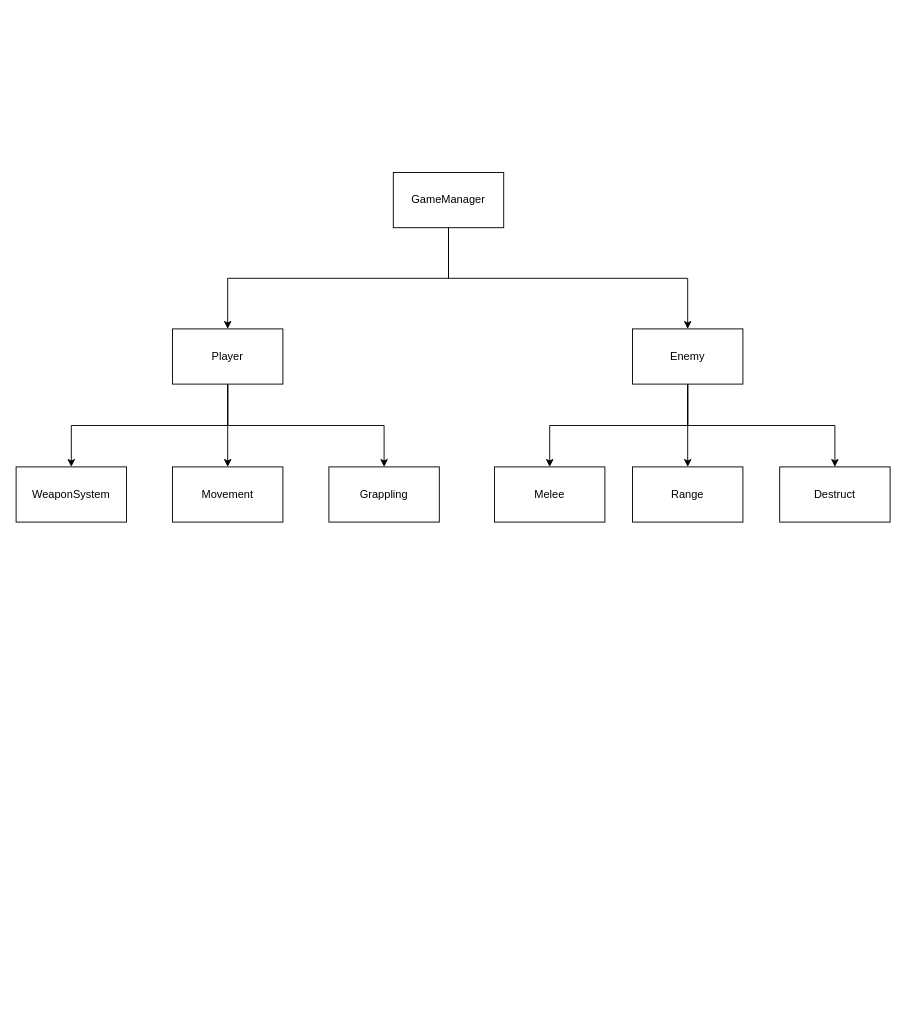
Above: page "게임 구조" (1 of 3) of 구조.drawio in cocodding0723/Gstar-2021 (draw.io), before the change. Source tidied: cells renumbered, new cells numbered last; positions are measured from the earlier drawing's top-left corner, leaving out a move shared by most shapes. Both pictures are drawn from the tidied source at 92%, with x=0, y=0 at pixel (16, 172).
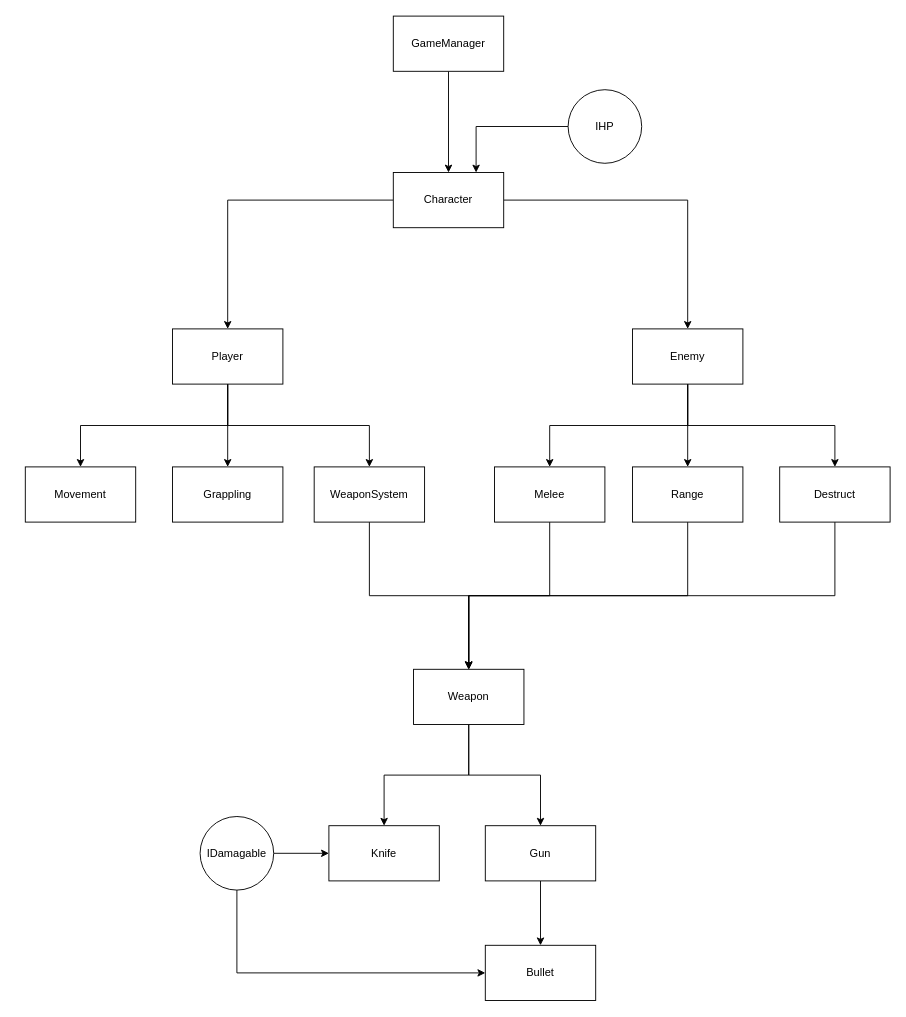
After the change.

The change refers to these unchanged cells:
```xml
<mxCell id="5" value="Player" style="rounded=0;whiteSpace=wrap;html=1;" parent="1" vertex="1">
  <mxGeometry x="170" y="170" width="120" height="60" as="geometry" />
</mxCell>
<mxCell id="12" value="Enemy" style="rounded=0;whiteSpace=wrap;html=1;" parent="1" vertex="1">
  <mxGeometry x="670" y="170" width="120" height="60" as="geometry" />
</mxCell>
<mxCell id="13" value="Range" style="rounded=0;whiteSpace=wrap;html=1;" parent="1" vertex="1">
  <mxGeometry x="670" y="320" width="120" height="60" as="geometry" />
</mxCell>
<mxCell id="14" value="Melee" style="rounded=0;whiteSpace=wrap;html=1;" parent="1" vertex="1">
  <mxGeometry x="520" y="320" width="120" height="60" as="geometry" />
</mxCell>
<mxCell id="15" value="Destruct" style="rounded=0;whiteSpace=wrap;html=1;" parent="1" vertex="1">
  <mxGeometry x="830" y="320" width="120" height="60" as="geometry" />
</mxCell>
```

Diff of the diagram source:
```diff
@@
+    <mxCell id="19" style="edgeStyle=orthogonalEdgeStyle;rounded=0;jettySize=auto;html=1;exitX=0.5;exitY=1;exitDx=0;exitDy=0;entryX=0.5;entryY=0;entryDx=0;entryDy=0;" parent="1" edge="1" source="6" target="33">
+      <mxGeometry relative="1" as="geometry" />
+    </mxCell>
     <mxCell id="6" value="WeaponSystem" style="rounded=0;whiteSpace=wrap;html=1;" parent="1" vertex="1">
-      <mxGeometry y="320" width="120" height="60" as="geometry" />
+      <mxGeometry x="324" y="320" width="120" height="60" as="geometry" />
     </mxCell>
     <mxCell id="7" value="Movement" style="rounded=0;whiteSpace=wrap;html=1;" parent="1" vertex="1">
-      <mxGeometry x="170" y="320" width="120" height="60" as="geometry" />
+      <mxGeometry x="10" y="320" width="120" height="60" as="geometry" />
     </mxCell>
     <mxCell id="8" value="Grappling" style="rounded=0;whiteSpace=wrap;html=1;" parent="1" vertex="1">
-      <mxGeometry x="340" y="320" width="120" height="60" as="geometry" />
+      <mxGeometry x="170" y="320" width="120" height="60" as="geometry" />
     </mxCell>
@@
+    <mxCell id="20" style="edgeStyle=orthogonalEdgeStyle;rounded=0;jettySize=auto;html=1;exitX=0.5;exitY=1;exitDx=0;exitDy=0;" parent="1" edge="1" source="13" target="33">
+      <mxGeometry relative="1" as="geometry" />
+    </mxCell>
@@
+    <mxCell id="21" style="edgeStyle=orthogonalEdgeStyle;rounded=0;jettySize=auto;html=1;exitX=0.5;exitY=1;exitDx=0;exitDy=0;" parent="1" edge="1" source="14" target="33">
+      <mxGeometry relative="1" as="geometry" />
+    </mxCell>
@@
+    <mxCell id="22" style="edgeStyle=orthogonalEdgeStyle;rounded=0;jettySize=auto;html=1;exitX=0.5;exitY=1;exitDx=0;exitDy=0;" parent="1" edge="1" source="15" target="33">
+      <mxGeometry relative="1" as="geometry" />
+    </mxCell>
@@
-    <mxCell id="16" style="edgeStyle=orthogonalEdgeStyle;rounded=0;jettySize=auto;html=1;exitX=0.5;exitY=1;exitDx=0;exitDy=0;" parent="1" edge="1" source="18" target="5">
-      <mxGeometry relative="1" as="geometry" />
-    </mxCell>
+    <mxCell id="23" style="edgeStyle=orthogonalEdgeStyle;rounded=0;jettySize=auto;html=1;exitX=0.5;exitY=1;exitDx=0;exitDy=0;" parent="1" edge="1" source="18" target="17">
+      <mxGeometry relative="1" as="geometry" />
+    </mxCell>
+    <mxCell id="18" value="GameManager" style="rounded=0;whiteSpace=wrap;html=1;" parent="1" vertex="1">
+      <mxGeometry x="410" y="-170" width="120" height="60" as="geometry" />
+    </mxCell>
+    <mxCell id="24" style="edgeStyle=orthogonalEdgeStyle;rounded=0;jettySize=auto;html=1;exitX=0;exitY=0.5;exitDx=0;exitDy=0;" parent="1" edge="1" source="17" target="5">
+      <mxGeometry relative="1" as="geometry" />
+    </mxCell>
+    <mxCell id="25" style="edgeStyle=orthogonalEdgeStyle;rounded=0;jettySize=auto;html=1;exitX=1;exitY=0.5;exitDx=0;exitDy=0;" parent="1" edge="1" source="17" target="12">
+      <mxGeometry relative="1" as="geometry" />
+    </mxCell>
-    <mxCell id="17" style="edgeStyle=orthogonalEdgeStyle;rounded=0;jettySize=auto;html=1;exitX=0.5;exitY=1;exitDx=0;exitDy=0;" parent="1" edge="1" source="18" target="12">
-      <mxGeometry relative="1" as="geometry" />
+    <mxCell id="17" value="Character" style="rounded=0;whiteSpace=wrap;html=1;" parent="1" vertex="1">
+      <mxGeometry x="410" width="120" height="60" as="geometry" />
     </mxCell>
-    <mxCell id="18" value="GameManager" style="rounded=0;whiteSpace=wrap;html=1;" parent="1" vertex="1">
-      <mxGeometry x="410" width="120" height="60" as="geometry" />
-    </mxCell>
+    <mxCell id="26" style="edgeStyle=orthogonalEdgeStyle;rounded=0;jettySize=auto;html=1;exitX=0;exitY=0.5;exitDx=0;exitDy=0;entryX=0.75;entryY=0;entryDx=0;entryDy=0;" parent="1" edge="1" source="27" target="17">
+      <mxGeometry relative="1" as="geometry" />
+    </mxCell>
+    <mxCell id="27" value="IHP" style="ellipse;whiteSpace=wrap;html=1;" parent="1" vertex="1">
+      <mxGeometry x="600" y="-90" width="80" height="80" as="geometry" />
+    </mxCell>
+    <mxCell id="28" style="edgeStyle=orthogonalEdgeStyle;rounded=0;jettySize=auto;html=1;exitX=1;exitY=0.5;exitDx=0;exitDy=0;" parent="1" edge="1" source="30" target="37">
+      <mxGeometry relative="1" as="geometry" />
+    </mxCell>
+    <mxCell id="29" style="edgeStyle=orthogonalEdgeStyle;rounded=0;jettySize=auto;html=1;exitX=0.5;exitY=1;exitDx=0;exitDy=0;entryX=0;entryY=0.5;entryDx=0;entryDy=0;" parent="1" edge="1" source="30" target="34">
+      <mxGeometry relative="1" as="geometry" />
+    </mxCell>
+    <mxCell id="30" value="IDamagable" style="ellipse;whiteSpace=wrap;html=1;" parent="1" vertex="1">
+      <mxGeometry x="200" y="700" width="80" height="80" as="geometry" />
+    </mxCell>
+    <mxCell id="31" style="edgeStyle=orthogonalEdgeStyle;rounded=0;jettySize=auto;html=1;exitX=0.5;exitY=1;exitDx=0;exitDy=0;entryX=0.5;entryY=0;entryDx=0;entryDy=0;" parent="1" edge="1" source="33" target="36">
+      <mxGeometry relative="1" as="geometry" />
+    </mxCell>
+    <mxCell id="32" style="edgeStyle=orthogonalEdgeStyle;rounded=0;jettySize=auto;html=1;exitX=0.5;exitY=1;exitDx=0;exitDy=0;" parent="1" edge="1" source="33" target="37">
+      <mxGeometry relative="1" as="geometry" />
+    </mxCell>
+    <mxCell id="33" value="Weapon" style="rounded=0;whiteSpace=wrap;html=1;" parent="1" vertex="1">
+      <mxGeometry x="432" y="540" width="120" height="60" as="geometry" />
+    </mxCell>
+    <mxCell id="34" value="Bullet" style="rounded=0;whiteSpace=wrap;html=1;" parent="1" vertex="1">
+      <mxGeometry x="510" y="840" width="120" height="60" as="geometry" />
+    </mxCell>
+    <mxCell id="35" style="edgeStyle=orthogonalEdgeStyle;rounded=0;jettySize=auto;html=1;exitX=0.5;exitY=1;exitDx=0;exitDy=0;entryX=0.5;entryY=0;entryDx=0;entryDy=0;" parent="1" edge="1" source="36" target="34">
+      <mxGeometry relative="1" as="geometry" />
+    </mxCell>
+    <mxCell id="36" value="Gun" style="rounded=0;whiteSpace=wrap;html=1;" parent="1" vertex="1">
+      <mxGeometry x="510" y="710" width="120" height="60" as="geometry" />
+    </mxCell>
+    <mxCell id="37" value="Knife" style="rounded=0;whiteSpace=wrap;html=1;" parent="1" vertex="1">
+      <mxGeometry x="340" y="710" width="120" height="60" as="geometry" />
+    </mxCell>
```
